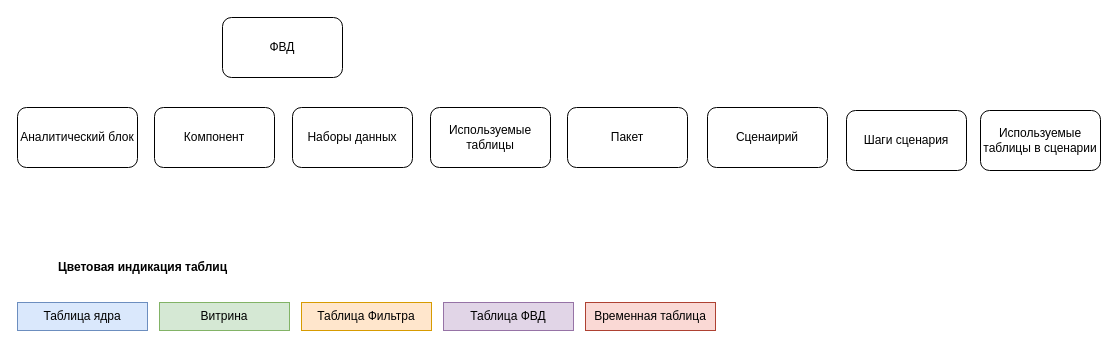
The draw.io diagram page "Алгоритм описания блоков" (3 of 4) of DEV_RSHN.drawio in alabama-user-67/draw_io, before the edit. Source tidied: cells renumbered, new cells numbered last; positions are measured from the earlier drawing's top-left corner, leaving out a move shared by most shapes. Both pictures are drawn from the tidied source at 100%, with x=0, y=0 at pixel (17, 17).
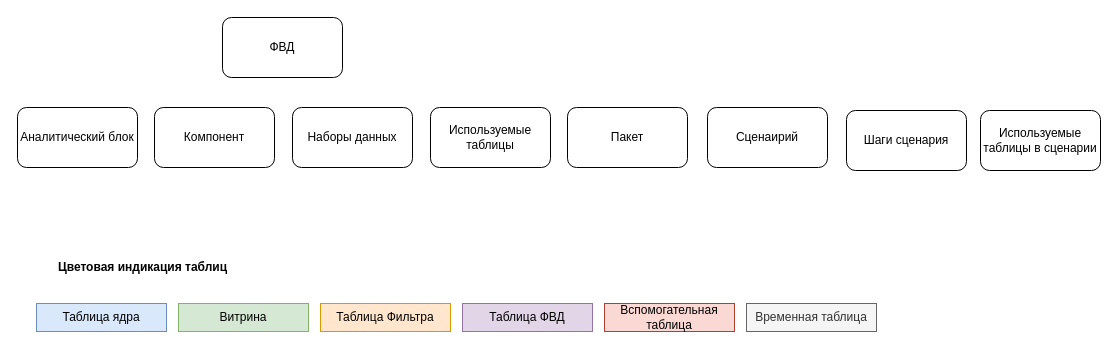
The same page after the edit.

Change to the diagram source:
```diff
@@
 <mxGraphModel>
   <root>
     <mxCell id="0" />
     <mxCell id="1" parent="0" />
     <mxCell id="2" value="Аналитический блок" style="rounded=1;whiteSpace=wrap;html=1;" parent="1" vertex="1">
       <mxGeometry y="90" width="120" height="60" as="geometry" />
     </mxCell>
     <mxCell id="3" value="Компонент" style="rounded=1;whiteSpace=wrap;html=1;" parent="1" vertex="1">
       <mxGeometry x="137" y="90" width="120" height="60" as="geometry" />
     </mxCell>
     <mxCell id="4" value="ФВД" style="rounded=1;whiteSpace=wrap;html=1;" parent="1" vertex="1">
       <mxGeometry x="205" width="120" height="60" as="geometry" />
     </mxCell>
     <mxCell id="5" value="Наборы данных" style="rounded=1;whiteSpace=wrap;html=1;" parent="1" vertex="1">
       <mxGeometry x="275" y="90" width="120" height="60" as="geometry" />
     </mxCell>
     <mxCell id="6" value="Используемые таблицы" style="rounded=1;whiteSpace=wrap;html=1;" parent="1" vertex="1">
       <mxGeometry x="413" y="90" width="120" height="60" as="geometry" />
     </mxCell>
     <mxCell id="7" value="Пакет" style="rounded=1;whiteSpace=wrap;html=1;" parent="1" vertex="1">
       <mxGeometry x="550" y="90" width="120" height="60" as="geometry" />
     </mxCell>
     <mxCell id="8" value="Сценаирий" style="rounded=1;whiteSpace=wrap;html=1;" parent="1" vertex="1">
       <mxGeometry x="690" y="90" width="120" height="60" as="geometry" />
     </mxCell>
     <mxCell id="9" value="Шаги сценария" style="rounded=1;whiteSpace=wrap;html=1;" parent="1" vertex="1">
       <mxGeometry x="829" y="93" width="120" height="60" as="geometry" />
     </mxCell>
     <mxCell id="10" value="Используемые таблицы в сценарии" style="rounded=1;whiteSpace=wrap;html=1;" parent="1" vertex="1">
       <mxGeometry x="963" y="93" width="120" height="60" as="geometry" />
     </mxCell>
+    <mxCell id="14" value="Цветовая индикация таблиц" style="text;html=1;align=center;verticalAlign=middle;whiteSpace=wrap;rounded=0;fontStyle=1;" parent="1" vertex="1">
+      <mxGeometry y="235" width="251" height="30" as="geometry" />
+    </mxCell>
     <mxCell id="11" value="Таблица ядра" style="rounded=0;whiteSpace=wrap;html=1;labelBackgroundColor=none;fillColor=#dae8fc;strokeColor=#6c8ebf;" parent="1" vertex="1">
-      <mxGeometry y="285" width="130" height="28" as="geometry" />
+      <mxGeometry x="19" y="286" width="130" height="28" as="geometry" />
     </mxCell>
     <mxCell id="12" value="Витрина" style="rounded=0;whiteSpace=wrap;html=1;fillColor=#d5e8d4;strokeColor=#82b366;" parent="1" vertex="1">
-      <mxGeometry x="142" y="285" width="130" height="28" as="geometry" />
+      <mxGeometry x="161" y="286" width="130" height="28" as="geometry" />
     </mxCell>
     <mxCell id="13" value="Таблица Фильтра" style="rounded=0;whiteSpace=wrap;html=1;fillColor=#ffe6cc;strokeColor=#d79b00;" parent="1" vertex="1">
-      <mxGeometry x="284" y="285" width="130" height="28" as="geometry" />
+      <mxGeometry x="303" y="286" width="130" height="28" as="geometry" />
     </mxCell>
-    <mxCell id="14" value="Цветовая индикация таблиц" style="text;html=1;align=center;verticalAlign=middle;whiteSpace=wrap;rounded=0;fontStyle=1;" parent="1" vertex="1">
-      <mxGeometry y="235" width="251" height="30" as="geometry" />
-    </mxCell>
     <mxCell id="15" value="Таблица ФВД" style="rounded=0;whiteSpace=wrap;html=1;fillColor=#e1d5e7;strokeColor=#9673a6;" parent="1" vertex="1">
-      <mxGeometry x="426" y="285" width="130" height="28" as="geometry" />
+      <mxGeometry x="445" y="286" width="130" height="28" as="geometry" />
     </mxCell>
+    <mxCell id="17" value="Вспомогательная таблица" style="rounded=0;whiteSpace=wrap;html=1;fillColor=#fad9d5;strokeColor=#ae4132;" parent="1" vertex="1">
+      <mxGeometry x="587" y="286" width="130" height="28" as="geometry" />
+    </mxCell>
-    <mxCell id="16" value="Временная таблица" style="rounded=0;whiteSpace=wrap;html=1;fillColor=#fad9d5;strokeColor=#ae4132;" parent="1" vertex="1">
-      <mxGeometry x="568" y="285" width="130" height="28" as="geometry" />
+    <mxCell id="16" value="Временная таблица" style="rounded=0;whiteSpace=wrap;html=1;fillColor=#f5f5f5;strokeColor=#666666;fontColor=#333333;" parent="1" vertex="1">
+      <mxGeometry x="729" y="286" width="130" height="28" as="geometry" />
     </mxCell>
   </root>
 </mxGraphModel>
```
